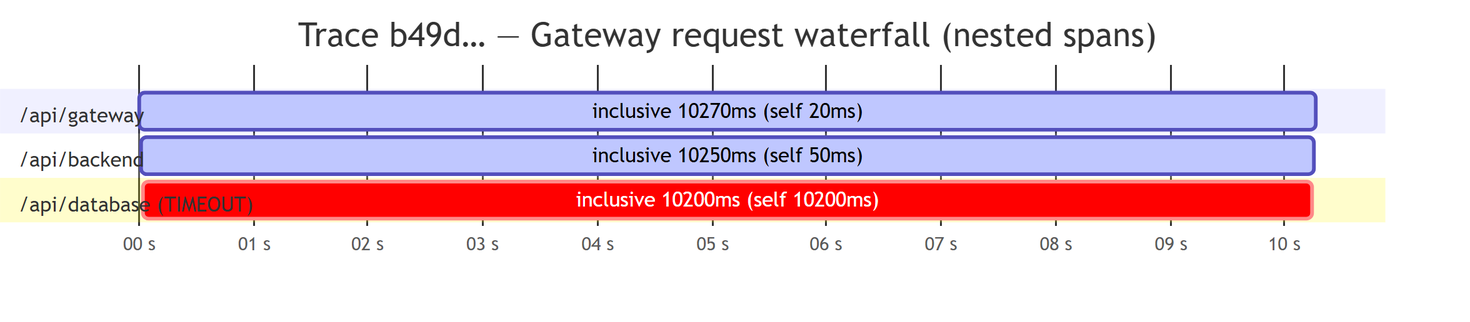
xSAVIKx/sre-agent keeps this Mermaid diagram as blogpost_assets/trace-timeline.png. Above is the earlier version. Its source is kept beside it as blogpost_assets/trace-timeline.mmd. The source it was exported from:
```mermaid
gantt
    title Trace b49d… — Gateway request waterfall (nested spans)
    dateFormat x
    axisFormat %S s
    section /api/gateway
        inclusive 10270ms (self 20ms)     : active, 0, 10270
    section /api/backend
        inclusive 10250ms (self 50ms)     : active, 10, 10260
    section /api/database (TIMEOUT)
        inclusive 10200ms (self 10200ms)  : crit, 30, 10230
```
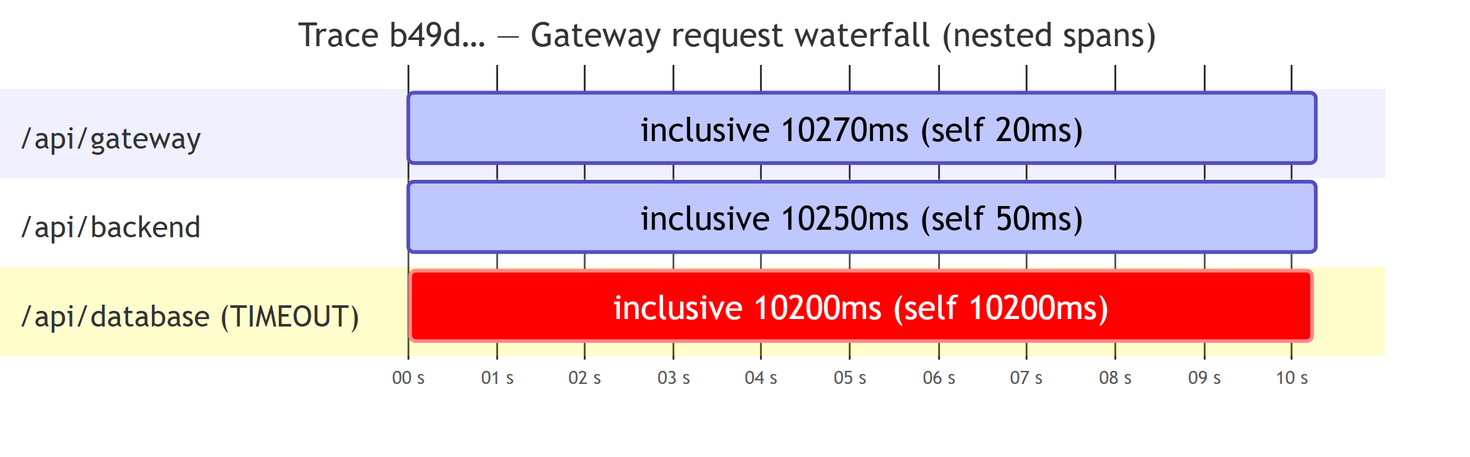
Later version of the same file.

What changed in the source:
```diff
@@ -1,3 +1,4 @@
+%%{init: {'gantt': {'fontSize': 18, 'sectionFontSize': 16, 'barHeight': 38, 'barGap': 10, 'topPadding': 50, 'leftPadding': 220}}}%%
 gantt
     title Trace b49d… — Gateway request waterfall (nested spans)
     dateFormat x
```
